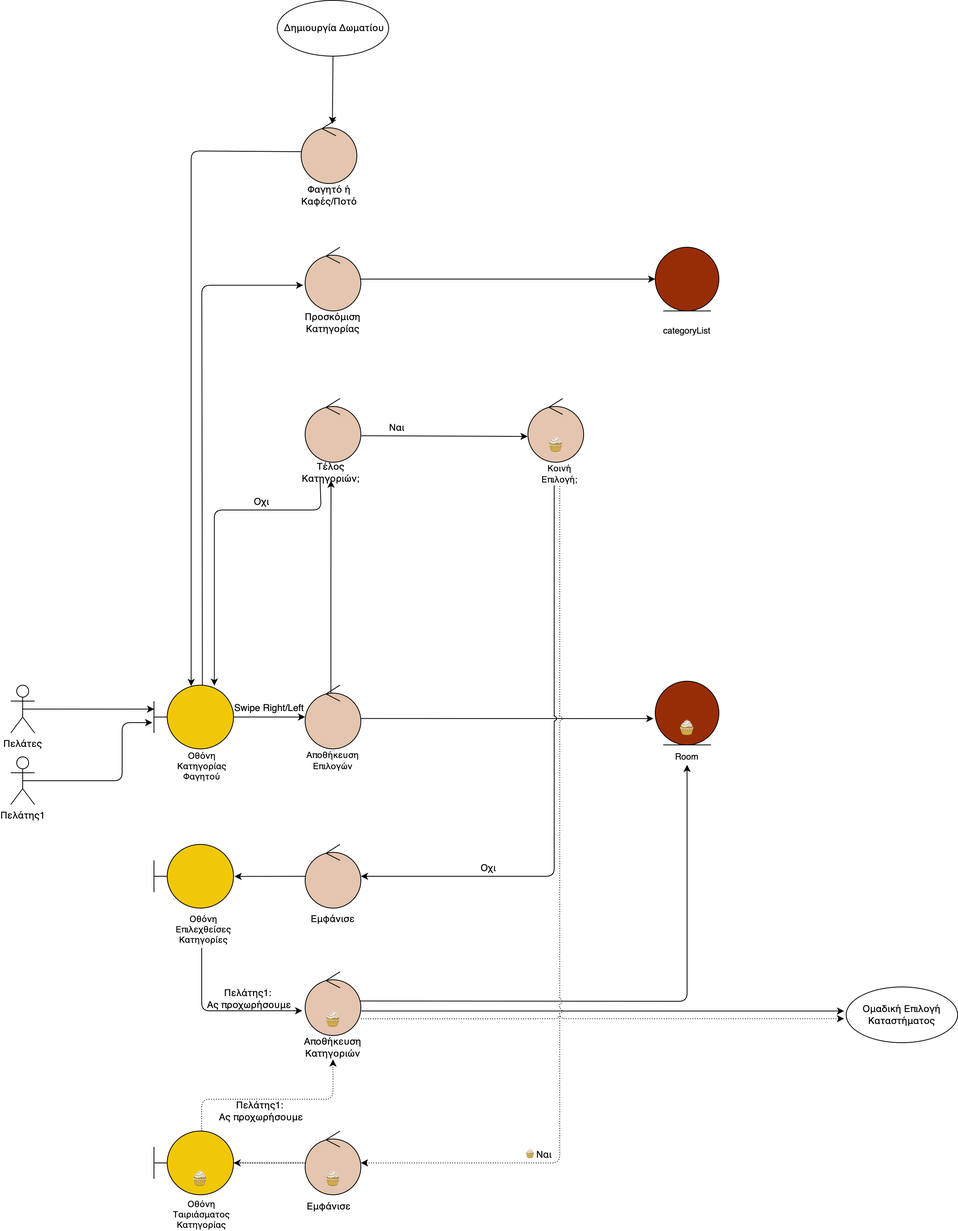
This is docs/final/Phase 5/Media/Robustness Diagrams/8.Ομαδική Επιλογή Κατηγορίας.drawio.png from iloudaros/nomnomr, a draw.io export, as it was before one commit. Source tidied: cells renumbered, new cells last; positions are measured from the earlier drawing's top-left corner, leaving out a move shared by most shapes.
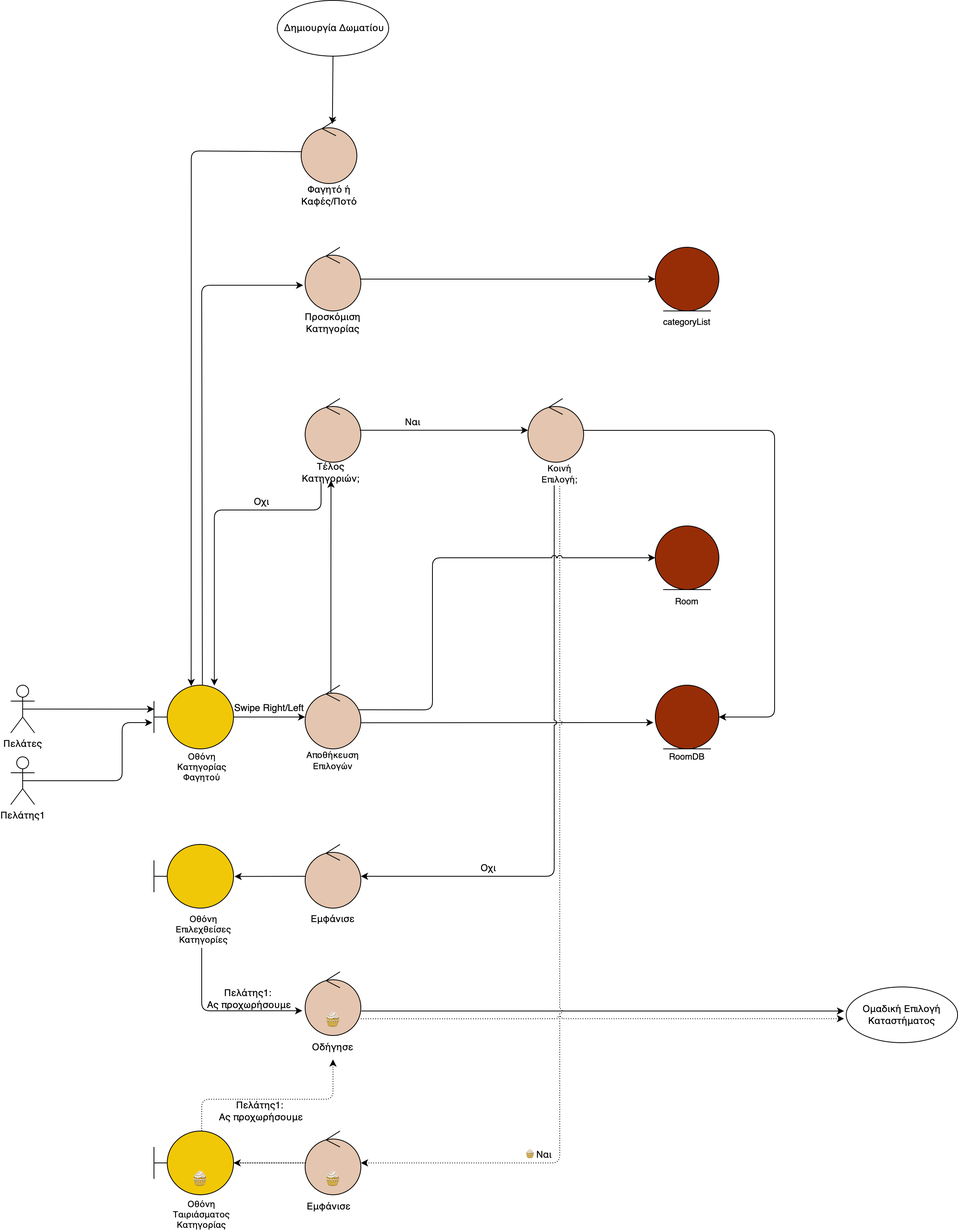
Later version of the same file.

What changed in the source:
```diff
@@ -23,7 +23,7 @@
     <mxCell id="8" style="ellipse;shape=umlControl;whiteSpace=wrap;html=1;fontSize=12;fillColor=#E4C5AF;" parent="1" vertex="1">
       <mxGeometry x="370" y="500" width="70" height="80" as="geometry" />
     </mxCell>
-    <mxCell id="9" style="endArrow=classic;html=1;rounded=0;fontSize=12;entryX=-0.029;entryY=0.587;entryDx=0;entryDy=0;exitX=1.004;exitY=0.523;exitDx=0;exitDy=0;exitPerimeter=0;entryPerimeter=0;" parent="1" edge="1" source="11" target="17">
+    <mxCell id="9" style="endArrow=classic;html=1;rounded=0;fontSize=12;entryX=-0.029;entryY=0.587;entryDx=0;entryDy=0;exitX=1.005;exitY=0.59;exitDx=0;exitDy=0;exitPerimeter=0;entryPerimeter=0;" parent="1" edge="1" source="11" target="17">
       <mxGeometry relative="1" as="geometry" />
     </mxCell>
     <mxCell id="10" value="Οχι" style="text;html=1;align=center;verticalAlign=middle;strokeColor=none;fillColor=none;fontSize=12;" parent="1" vertex="1">
@@ -39,7 +39,7 @@
       <mxGeometry x="375" y="390" width="60" height="30" as="geometry" />
     </mxCell>
     <mxCell id="14" value="categoryList" style="text;html=1;strokeColor=none;fillColor=none;align=center;verticalAlign=middle;whiteSpace=wrap;rounded=0;fontSize=11;" parent="1" vertex="1">
-      <mxGeometry x="820" y="400" width="60" height="30" as="geometry" />
+      <mxGeometry x="820" y="389" width="60" height="30" as="geometry" />
     </mxCell>
     <mxCell id="15" style="endArrow=classic;html=1;rounded=0;fontSize=11;" parent="1" edge="1">
       <mxGeometry relative="1" as="geometry">
@@ -51,9 +51,9 @@
       <mxGeometry x="660" y="580" width="60" height="30" as="geometry" />
     </mxCell>
     <mxCell id="17" style="ellipse;shape=umlEntity;whiteSpace=wrap;html=1;fontSize=12;fillColor=#972D07;" parent="1" vertex="1">
-      <mxGeometry x="810" y="855" width="80" height="80" as="geometry" />
+      <mxGeometry x="810" y="860" width="80" height="80" as="geometry" />
     </mxCell>
-    <mxCell id="18" value="Room" style="text;html=1;strokeColor=none;fillColor=none;align=center;verticalAlign=middle;whiteSpace=wrap;rounded=0;fontSize=11;" parent="1" vertex="1">
+    <mxCell id="18" value="RoomDB" style="text;html=1;strokeColor=none;fillColor=none;align=center;verticalAlign=middle;whiteSpace=wrap;rounded=0;fontSize=11;" parent="1" vertex="1">
       <mxGeometry x="820" y="935" width="60" height="30" as="geometry" />
     </mxCell>
     <mxCell id="19" style="endArrow=classic;html=1;rounded=1;fontSize=12;startArrow=none;edgeStyle=orthogonalEdgeStyle;entryX=0.468;entryY=0.014;entryDx=0;entryDy=0;entryPerimeter=0;" parent="1" edge="1" target="2">
@@ -137,13 +137,13 @@
     <mxCell id="35" value="Οχι" style="text;html=1;align=center;verticalAlign=middle;strokeColor=none;fillColor=none;fontSize=12;" parent="1" vertex="1">
       <mxGeometry x="580" y="1080" width="40" height="20" as="geometry" />
     </mxCell>
-    <mxCell id="36" style="endArrow=classic;html=1;rounded=0;fontSize=11;exitX=1.011;exitY=0.584;exitDx=0;exitDy=0;exitPerimeter=0;entryX=-0.005;entryY=0.595;entryDx=0;entryDy=0;entryPerimeter=0;jumpStyle=arc;" parent="1" edge="1" source="8" target="27">
+    <mxCell id="36" style="endArrow=classic;html=1;rounded=0;fontSize=11;exitX=0.982;exitY=0.498;exitDx=0;exitDy=0;exitPerimeter=0;entryX=0.003;entryY=0.498;entryDx=0;entryDy=0;entryPerimeter=0;jumpStyle=arc;" parent="1" edge="1" source="8" target="27">
       <mxGeometry relative="1" as="geometry" />
     </mxCell>
     <mxCell id="37" style="ellipse;shape=umlControl;whiteSpace=wrap;html=1;fontSize=12;fillColor=#E4C5AF;" parent="1" vertex="1">
       <mxGeometry x="370" y="1220" width="70" height="80" as="geometry" />
     </mxCell>
-    <mxCell id="38" value="Αποθήκευση Κατηγοριών" style="text;html=1;strokeColor=none;fillColor=none;align=center;verticalAlign=middle;whiteSpace=wrap;rounded=0;fontSize=12;" parent="1" vertex="1">
+    <mxCell id="38" value="Οδήγησε" style="text;html=1;strokeColor=none;fillColor=none;align=center;verticalAlign=middle;whiteSpace=wrap;rounded=0;fontSize=12;" parent="1" vertex="1">
       <mxGeometry x="375" y="1300" width="60" height="30" as="geometry" />
     </mxCell>
     <mxCell id="39" style="endArrow=classic;html=1;rounded=1;fontSize=11;entryX=-0.052;entryY=0.611;entryDx=0;entryDy=0;entryPerimeter=0;" parent="1" edge="1" target="37">
@@ -154,14 +154,6 @@
         </Array>
       </mxGeometry>
     </mxCell>
-    <mxCell id="40" style="endArrow=classic;html=1;rounded=1;fontSize=11;exitX=0.983;exitY=0.458;exitDx=0;exitDy=0;exitPerimeter=0;jumpStyle=arc;" parent="1" edge="1" source="37">
-      <mxGeometry relative="1" as="geometry">
-        <mxPoint x="850" y="960" as="targetPoint" />
-        <Array as="points">
-          <mxPoint x="850" y="1257" />
-        </Array>
-      </mxGeometry>
-    </mxCell>
     <mxCell id="41" style="endArrow=classic;html=1;rounded=0;fontSize=11;exitX=1.009;exitY=0.615;exitDx=0;exitDy=0;exitPerimeter=0;jumpStyle=arc;entryX=-0.019;entryY=0.432;entryDx=0;entryDy=0;entryPerimeter=0;" parent="1" edge="1" source="37" target="52">
       <mxGeometry relative="1" as="geometry" />
     </mxCell>
@@ -206,7 +198,7 @@
       </mxGeometry>
     </mxCell>
     <mxCell id="50" value="Ναι" style="text;html=1;align=center;verticalAlign=middle;strokeColor=none;fillColor=none;fontSize=12;" parent="1" vertex="1">
-      <mxGeometry x="470" y="527" width="30" height="20" as="geometry" />
+      <mxGeometry x="490" y="520" width="30" height="20" as="geometry" />
     </mxCell>
     <mxCell id="51" style="endArrow=classic;html=1;rounded=1;fontSize=11;entryX=-0.019;entryY=0.569;entryDx=0;entryDy=0;dashed=1;dashPattern=1 2;jumpStyle=arc;edgeStyle=orthogonalEdgeStyle;entryPerimeter=0;" parent="1" edge="1" target="52">
       <mxGeometry relative="1" as="geometry">
@@ -231,12 +223,6 @@
     <mxCell id="57" value="🧁" style="text;whiteSpace=wrap;html=1;fontSize=20;align=center;verticalAlign=middle;" parent="1" vertex="1">
       <mxGeometry x="385" y="1265" width="40" height="30" as="geometry" />
     </mxCell>
-    <mxCell id="58" value="🧁" style="text;whiteSpace=wrap;html=1;fontSize=20;align=center;verticalAlign=middle;" parent="1" vertex="1">
-      <mxGeometry x="665" y="543" width="40" height="30" as="geometry" />
-    </mxCell>
-    <mxCell id="59" value="🧁" style="text;whiteSpace=wrap;html=1;fontSize=20;align=center;verticalAlign=middle;" parent="1" vertex="1">
-      <mxGeometry x="830" y="899" width="40" height="30" as="geometry" />
-    </mxCell>
     <mxCell id="60" value="&amp;nbsp;Δημιουργία Δωματίου" style="ellipse;whiteSpace=wrap;html=1;" parent="1" vertex="1">
       <mxGeometry x="335" width="140" height="70" as="geometry" />
     </mxCell>
@@ -252,5 +238,28 @@
     <mxCell id="64" style="endArrow=classic;html=1;rounded=1;fontSize=11;entryX=0.5;entryY=1;entryDx=0;entryDy=0;exitX=0.463;exitY=0.124;exitDx=0;exitDy=0;exitPerimeter=0;edgeStyle=orthogonalEdgeStyle;" parent="1" edge="1" source="11" target="20">
       <mxGeometry relative="1" as="geometry" />
     </mxCell>
+    <mxCell id="65" style="ellipse;shape=umlEntity;whiteSpace=wrap;html=1;fontSize=12;fillColor=#972D07;" parent="1" vertex="1">
+      <mxGeometry x="810" y="660" width="80" height="80" as="geometry" />
+    </mxCell>
+    <mxCell id="66" value="Room" style="text;html=1;strokeColor=none;fillColor=none;align=center;verticalAlign=middle;whiteSpace=wrap;rounded=0;fontSize=11;" parent="1" vertex="1">
+      <mxGeometry x="820" y="740" width="60" height="30" as="geometry" />
+    </mxCell>
+    <mxCell id="67" style="endArrow=classic;html=1;rounded=1;fontSize=12;entryX=0;entryY=0.5;entryDx=0;entryDy=0;exitX=0.959;exitY=0.386;exitDx=0;exitDy=0;exitPerimeter=0;edgeStyle=orthogonalEdgeStyle;jumpStyle=arc;" parent="1" edge="1" source="11" target="65">
+      <mxGeometry relative="1" as="geometry">
+        <Array as="points">
+          <mxPoint x="530" y="891" />
+          <mxPoint x="530" y="700" />
+        </Array>
+      </mxGeometry>
+    </mxCell>
+    <mxCell id="68" style="endArrow=classic;html=1;rounded=1;fontSize=11;entryX=1;entryY=0.5;entryDx=0;entryDy=0;jumpStyle=arc;edgeStyle=orthogonalEdgeStyle;" parent="1" edge="1" target="17">
+      <mxGeometry relative="1" as="geometry">
+        <mxPoint x="719" y="540" as="sourcePoint" />
+        <Array as="points">
+          <mxPoint x="960" y="540" />
+          <mxPoint x="960" y="900" />
+        </Array>
+      </mxGeometry>
+    </mxCell>
   </root>
 </mxGraphModel>
```
